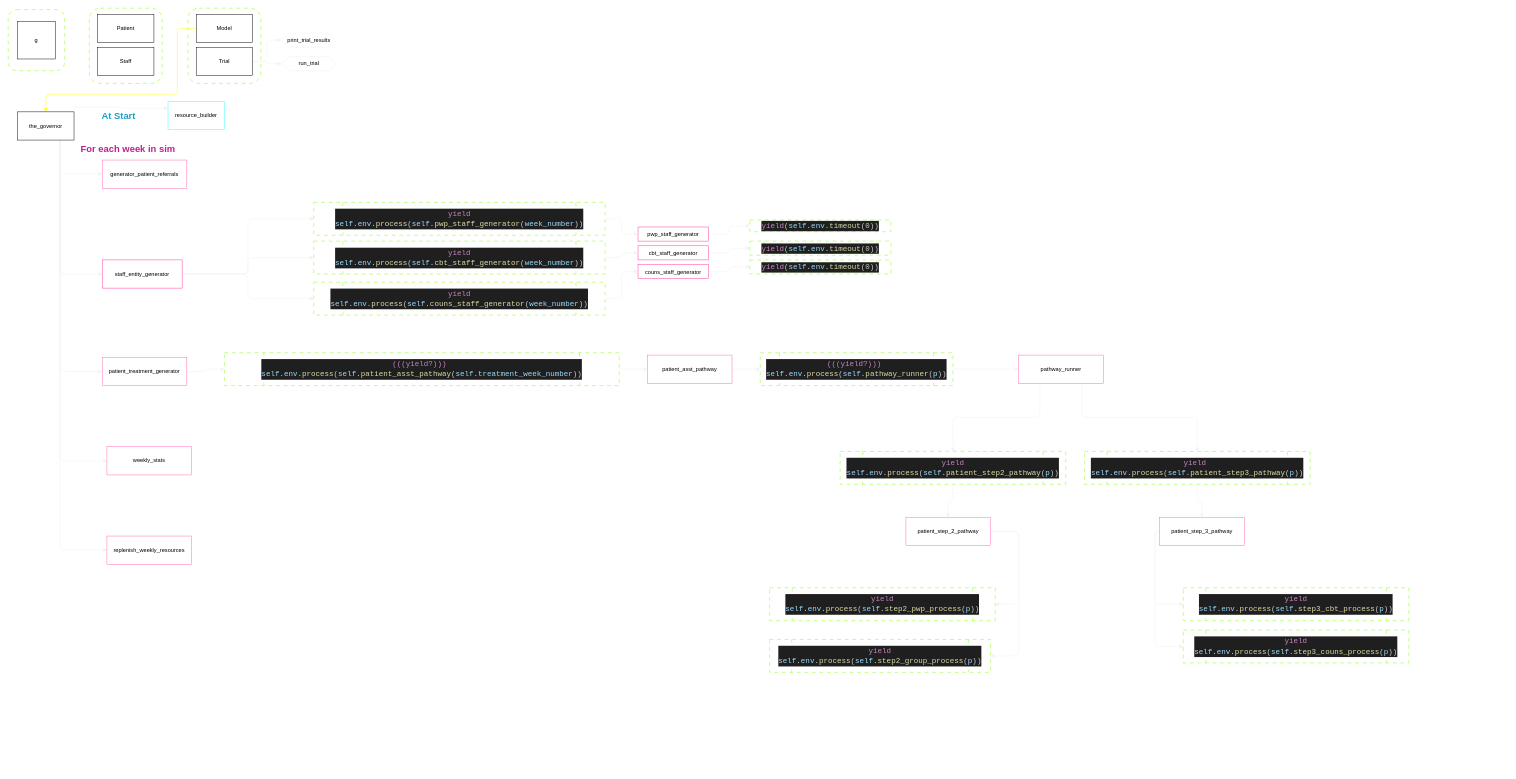
The draw.io diagram diagram.drawio in Bergam0t/hm-hsma-IAPT-Pathway-DES, before the edit. Source tidied: cells renumbered, new cells numbered last; positions are measured from the earlier drawing's top-left corner, leaving out a move shared by most shapes. Both pictures are drawn from the tidied source at 47%, with x=0, y=0 at pixel (8, 8).
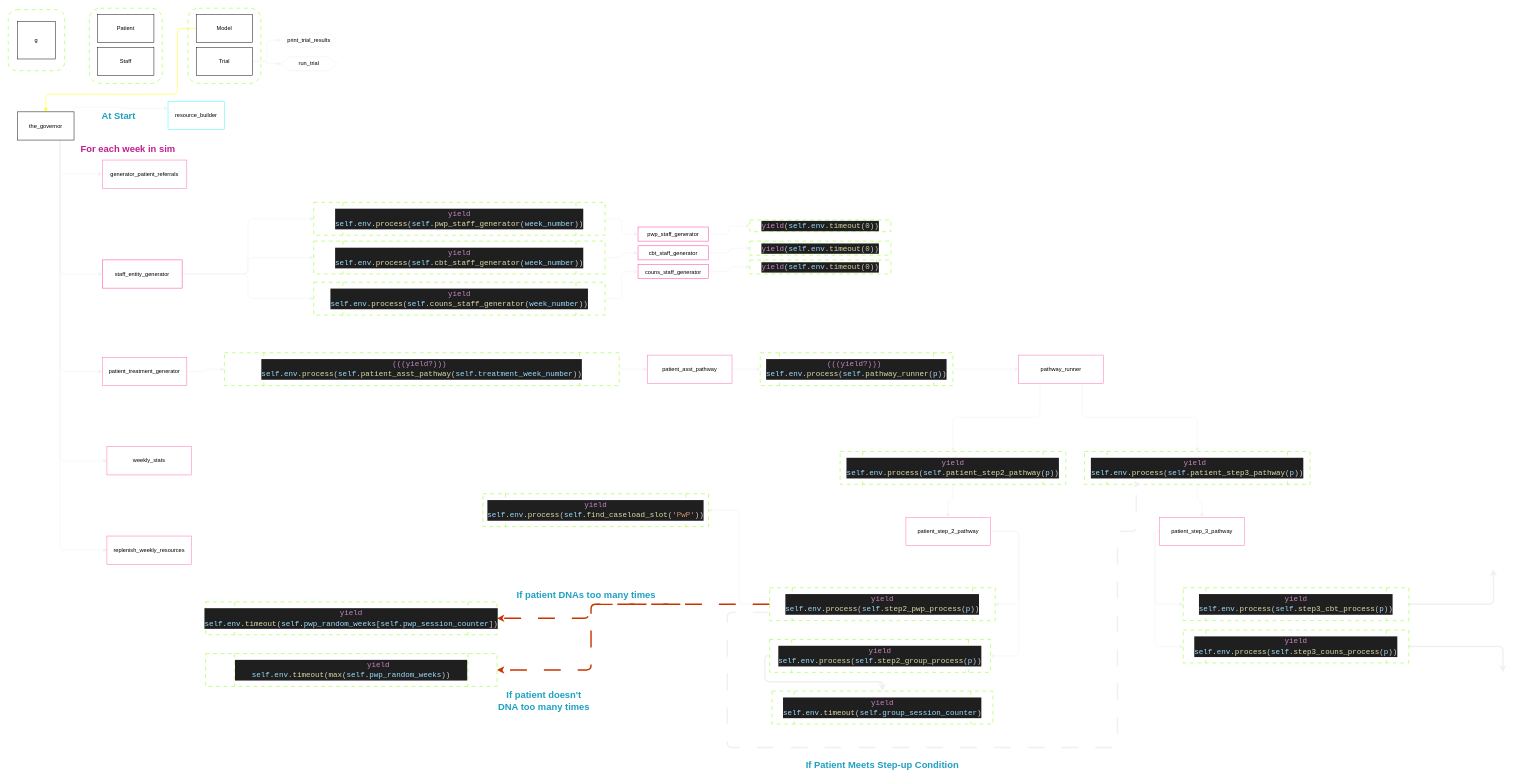
Above is the later version.

Commit message:
Updates to diagram - UNFINISHED

Unchanged cells that the change refers to:
```xml
<mxCell id="61" value="&lt;div style=&quot;background-color: rgb(31, 31, 31); font-family: Consolas, &amp;quot;Courier New&amp;quot;, monospace; font-size: 16px; line-height: 22px;&quot;&gt;&lt;div style=&quot;color: rgb(204, 204, 204); line-height: 22px;&quot;&gt;&lt;span style=&quot;color: #c586c0;&quot;&gt;yield&lt;/span&gt;&amp;nbsp;&lt;/div&gt;&lt;div style=&quot;color: rgb(204, 204, 204); line-height: 22px;&quot;&gt;&lt;span style=&quot;color: rgb(156, 220, 254);&quot;&gt;self&lt;/span&gt;&lt;span style=&quot;&quot;&gt;.&lt;/span&gt;&lt;span style=&quot;color: rgb(156, 220, 254);&quot;&gt;env&lt;/span&gt;&lt;span style=&quot;&quot;&gt;.&lt;/span&gt;&lt;span style=&quot;color: rgb(220, 220, 170);&quot;&gt;process&lt;/span&gt;&lt;span style=&quot;&quot;&gt;(&lt;/span&gt;&lt;span style=&quot;color: rgb(156, 220, 254);&quot;&gt;self&lt;/span&gt;&lt;span style=&quot;&quot;&gt;.&lt;/span&gt;&lt;span style=&quot;color: rgb(220, 220, 170);&quot;&gt;patient_step3_pathway&lt;/span&gt;&lt;span style=&quot;&quot;&gt;(&lt;/span&gt;&lt;span style=&quot;color: rgb(156, 220, 254);&quot;&gt;p&lt;/span&gt;&lt;span style=&quot;&quot;&gt;))&lt;/span&gt;&lt;/div&gt;&lt;/div&gt;" style="shape=process;whiteSpace=wrap;html=1;backgroundOutline=1;dashed=1;dashPattern=8 8;strokeColor=#80FF00;fontSize=20;fontColor=#c21e8e;" parent="1" vertex="1">
  <mxGeometry x="2290" y="943" width="480" height="70" as="geometry" />
</mxCell>
<mxCell id="68" value="&lt;div style=&quot;background-color: rgb(31, 31, 31); font-family: Consolas, &amp;quot;Courier New&amp;quot;, monospace; font-size: 16px; line-height: 22px;&quot;&gt;&lt;div style=&quot;color: rgb(204, 204, 204); line-height: 22px;&quot;&gt;&lt;div style=&quot;line-height: 22px;&quot;&gt;&lt;span style=&quot;color: #c586c0;&quot;&gt;yield&lt;/span&gt; &lt;span style=&quot;color: #9cdcfe;&quot;&gt;self&lt;/span&gt;.&lt;span style=&quot;color: #9cdcfe;&quot;&gt;env&lt;/span&gt;.&lt;span style=&quot;color: #dcdcaa;&quot;&gt;process&lt;/span&gt;(&lt;span style=&quot;color: #9cdcfe;&quot;&gt;self&lt;/span&gt;.&lt;span style=&quot;color: #dcdcaa;&quot;&gt;step2_pwp_process&lt;/span&gt;(&lt;span style=&quot;color: #9cdcfe;&quot;&gt;p&lt;/span&gt;))&lt;/div&gt;&lt;/div&gt;&lt;/div&gt;" style="shape=process;whiteSpace=wrap;html=1;backgroundOutline=1;dashed=1;dashPattern=8 8;strokeColor=#80FF00;fontSize=20;fontColor=#c21e8e;" parent="1" vertex="1">
  <mxGeometry x="1620" y="1233" width="480" height="70" as="geometry" />
</mxCell>
<mxCell id="69" value="&lt;div style=&quot;background-color: rgb(31, 31, 31); font-family: Consolas, &amp;quot;Courier New&amp;quot;, monospace; font-size: 16px; line-height: 22px;&quot;&gt;&lt;div style=&quot;color: rgb(204, 204, 204); line-height: 22px;&quot;&gt;&lt;div style=&quot;line-height: 22px;&quot;&gt;&lt;div style=&quot;line-height: 22px;&quot;&gt;&lt;span style=&quot;color: #c586c0;&quot;&gt;yield&lt;/span&gt; &lt;span style=&quot;color: #9cdcfe;&quot;&gt;self&lt;/span&gt;.&lt;span style=&quot;color: #9cdcfe;&quot;&gt;env&lt;/span&gt;.&lt;span style=&quot;color: #dcdcaa;&quot;&gt;process&lt;/span&gt;(&lt;span style=&quot;color: #9cdcfe;&quot;&gt;self&lt;/span&gt;.&lt;span style=&quot;color: #dcdcaa;&quot;&gt;step2_group_process&lt;/span&gt;(&lt;span style=&quot;color: #9cdcfe;&quot;&gt;p&lt;/span&gt;))&lt;/div&gt;&lt;/div&gt;&lt;/div&gt;&lt;/div&gt;" style="shape=process;whiteSpace=wrap;html=1;backgroundOutline=1;dashed=1;dashPattern=8 8;strokeColor=#80FF00;fontSize=20;fontColor=#c21e8e;" parent="1" vertex="1">
  <mxGeometry x="1620" y="1343" width="470" height="70" as="geometry" />
</mxCell>
<mxCell id="70" value="&lt;div style=&quot;background-color: rgb(31, 31, 31); font-family: Consolas, &amp;quot;Courier New&amp;quot;, monospace; font-size: 16px; line-height: 22px;&quot;&gt;&lt;div style=&quot;color: rgb(204, 204, 204); line-height: 22px;&quot;&gt;&lt;div style=&quot;line-height: 22px;&quot;&gt;&lt;div style=&quot;line-height: 22px;&quot;&gt;&lt;span style=&quot;color: #c586c0;&quot;&gt;yield&lt;/span&gt; &lt;span style=&quot;color: #9cdcfe;&quot;&gt;self&lt;/span&gt;.&lt;span style=&quot;color: #9cdcfe;&quot;&gt;env&lt;/span&gt;.&lt;span style=&quot;color: #dcdcaa;&quot;&gt;process&lt;/span&gt;(&lt;span style=&quot;color: #9cdcfe;&quot;&gt;self&lt;/span&gt;.&lt;span style=&quot;color: #dcdcaa;&quot;&gt;step3_cbt_process&lt;/span&gt;(&lt;span style=&quot;color: #9cdcfe;&quot;&gt;p&lt;/span&gt;))&lt;/div&gt;&lt;/div&gt;&lt;/div&gt;&lt;/div&gt;" style="shape=process;whiteSpace=wrap;html=1;backgroundOutline=1;dashed=1;dashPattern=8 8;strokeColor=#80FF00;fontSize=20;fontColor=#c21e8e;" parent="1" vertex="1">
  <mxGeometry x="2500" y="1233" width="480" height="70" as="geometry" />
</mxCell>
<mxCell id="71" value="&lt;div style=&quot;background-color: rgb(31, 31, 31); font-family: Consolas, &amp;quot;Courier New&amp;quot;, monospace; font-size: 16px; line-height: 22px;&quot;&gt;&lt;div style=&quot;color: rgb(204, 204, 204); line-height: 22px;&quot;&gt;&lt;div style=&quot;line-height: 22px;&quot;&gt;&lt;div style=&quot;line-height: 22px;&quot;&gt;&lt;div style=&quot;line-height: 22px;&quot;&gt;&lt;span style=&quot;color: #c586c0;&quot;&gt;yield&lt;/span&gt; &lt;span style=&quot;color: #9cdcfe;&quot;&gt;self&lt;/span&gt;.&lt;span style=&quot;color: #9cdcfe;&quot;&gt;env&lt;/span&gt;.&lt;span style=&quot;color: #dcdcaa;&quot;&gt;process&lt;/span&gt;(&lt;span style=&quot;color: #9cdcfe;&quot;&gt;self&lt;/span&gt;.&lt;span style=&quot;color: #dcdcaa;&quot;&gt;step3_couns_process&lt;/span&gt;(&lt;span style=&quot;color: #9cdcfe;&quot;&gt;p&lt;/span&gt;))&lt;/div&gt;&lt;/div&gt;&lt;/div&gt;&lt;/div&gt;&lt;/div&gt;" style="shape=process;whiteSpace=wrap;html=1;backgroundOutline=1;dashed=1;dashPattern=8 8;strokeColor=#80FF00;fontSize=20;fontColor=#c21e8e;" parent="1" vertex="1">
  <mxGeometry x="2500" y="1323" width="480" height="70" as="geometry" />
</mxCell>
```

The edit, as a diff of the source:
```diff
@@
+    <mxCell id="72" style="edgeStyle=orthogonalEdgeStyle;html=1;exitX=0;exitY=0.5;exitDx=0;exitDy=0;entryX=1;entryY=0.5;entryDx=0;entryDy=0;strokeColor=#F0F0F0;fontSize=20;fontColor=#1EA1C2;" parent="1" edge="1" source="68" target="79">
+      <mxGeometry relative="1" as="geometry" />
+    </mxCell>
+    <mxCell id="73" style="edgeStyle=orthogonalEdgeStyle;html=1;exitX=0;exitY=0.75;exitDx=0;exitDy=0;entryX=0.25;entryY=1;entryDx=0;entryDy=0;strokeColor=#F0F0F0;fontSize=20;fontColor=#1EA1C2;dashed=1;dashPattern=12 12;strokeWidth=3;" parent="1" edge="1" source="68" target="61">
+      <mxGeometry relative="1" as="geometry">
+        <Array as="points">
+          <mxPoint x="1530" y="1286" />
+          <mxPoint x="1530" y="1573" />
+          <mxPoint x="2360" y="1573" />
+          <mxPoint x="2360" y="1113" />
+          <mxPoint x="2400" y="1113" />
+          <mxPoint x="2400" y="1013" />
+        </Array>
+      </mxGeometry>
+    </mxCell>
+    <mxCell id="74" style="edgeStyle=orthogonalEdgeStyle;html=1;exitX=0;exitY=0.5;exitDx=0;exitDy=0;entryX=1;entryY=0.5;entryDx=0;entryDy=0;dashed=1;dashPattern=12 12;strokeColor=#C73500;strokeWidth=3;fontSize=20;fontColor=#1EA1C2;fillColor=#fa6800;" parent="1" edge="1" target="81">
+      <mxGeometry relative="1" as="geometry">
+        <mxPoint x="1430" y="1268" as="sourcePoint" />
+      </mxGeometry>
+    </mxCell>
+    <mxCell id="75" style="edgeStyle=orthogonalEdgeStyle;html=1;entryX=1;entryY=0.5;entryDx=0;entryDy=0;dashed=1;dashPattern=12 12;strokeColor=#C73500;strokeWidth=3;fontSize=20;fontColor=#1EA1C2;fillColor=#fa6800;" parent="1" edge="1" target="82">
+      <mxGeometry relative="1" as="geometry">
+        <mxPoint x="1620" y="1268" as="sourcePoint" />
+        <Array as="points">
+          <mxPoint x="1240" y="1268" />
+          <mxPoint x="1240" y="1408" />
+        </Array>
+      </mxGeometry>
+    </mxCell>
@@
+    <mxCell id="76" style="edgeStyle=orthogonalEdgeStyle;html=1;exitX=0;exitY=0.5;exitDx=0;exitDy=0;entryX=0.5;entryY=0;entryDx=0;entryDy=0;strokeColor=#F0F0F0;strokeWidth=3;fontSize=20;fontColor=#1EA1C2;" parent="1" edge="1" source="69" target="85">
+      <mxGeometry relative="1" as="geometry" />
+    </mxCell>
@@
+    <mxCell id="77" style="edgeStyle=orthogonalEdgeStyle;html=1;exitX=1;exitY=0.5;exitDx=0;exitDy=0;strokeColor=#F0F0F0;strokeWidth=3;fontSize=20;fontColor=#1EA1C2;" parent="1" edge="1" source="70">
+      <mxGeometry relative="1" as="geometry">
+        <mxPoint x="3160" y="1193" as="targetPoint" />
+      </mxGeometry>
+    </mxCell>
@@
+    <mxCell id="78" style="edgeStyle=orthogonalEdgeStyle;html=1;exitX=1;exitY=0.5;exitDx=0;exitDy=0;strokeColor=#F0F0F0;strokeWidth=3;fontSize=20;fontColor=#1EA1C2;" parent="1" edge="1" source="71">
+      <mxGeometry relative="1" as="geometry">
+        <mxPoint x="3180" y="1413" as="targetPoint" />
+      </mxGeometry>
+    </mxCell>
@@
+    <mxCell id="79" value="&lt;div style=&quot;background-color: rgb(31, 31, 31); font-family: Consolas, &amp;quot;Courier New&amp;quot;, monospace; font-size: 16px; line-height: 22px;&quot;&gt;&lt;div style=&quot;color: rgb(204, 204, 204); line-height: 22px;&quot;&gt;&lt;div style=&quot;line-height: 22px;&quot;&gt;&lt;div style=&quot;line-height: 22px;&quot;&gt;&lt;span style=&quot;color: #c586c0;&quot;&gt;yield&lt;/span&gt; &lt;span style=&quot;color: #9cdcfe;&quot;&gt;self&lt;/span&gt;.&lt;span style=&quot;color: #9cdcfe;&quot;&gt;env&lt;/span&gt;.&lt;span style=&quot;color: #dcdcaa;&quot;&gt;process&lt;/span&gt;(&lt;span style=&quot;color: #9cdcfe;&quot;&gt;self&lt;/span&gt;.&lt;span style=&quot;color: #dcdcaa;&quot;&gt;find_caseload_slot&lt;/span&gt;(&lt;span style=&quot;color: #ce9178;&quot;&gt;'PwP'&lt;/span&gt;))&lt;/div&gt;&lt;/div&gt;&lt;/div&gt;&lt;/div&gt;" style="shape=process;whiteSpace=wrap;html=1;backgroundOutline=1;dashed=1;dashPattern=8 8;strokeColor=#80FF00;fontSize=20;fontColor=#c21e8e;" parent="1" vertex="1">
+      <mxGeometry x="1010" y="1033" width="480" height="70" as="geometry" />
+    </mxCell>
+    <mxCell id="80" value="If Patient Meets Step-up Condition" style="text;html=1;strokeColor=none;fillColor=none;align=center;verticalAlign=middle;whiteSpace=wrap;rounded=0;fontStyle=1;fontSize=20;fontColor=#1EA1C2;" parent="1" vertex="1">
+      <mxGeometry x="1690" y="1593" width="340" height="30" as="geometry" />
+    </mxCell>
+    <mxCell id="81" value="&lt;div style=&quot;background-color: rgb(31, 31, 31); font-family: Consolas, &amp;quot;Courier New&amp;quot;, monospace; font-size: 16px; line-height: 22px;&quot;&gt;&lt;div style=&quot;color: rgb(204, 204, 204); line-height: 22px;&quot;&gt;&lt;div style=&quot;line-height: 22px;&quot;&gt;&lt;div style=&quot;line-height: 22px;&quot;&gt;&lt;div style=&quot;line-height: 22px;&quot;&gt;&lt;span style=&quot;color: #c586c0;&quot;&gt;yield&lt;/span&gt; &lt;span style=&quot;color: #9cdcfe;&quot;&gt;self&lt;/span&gt;.&lt;span style=&quot;color: #9cdcfe;&quot;&gt;env&lt;/span&gt;.&lt;span style=&quot;color: #dcdcaa;&quot;&gt;timeout&lt;/span&gt;(&lt;span style=&quot;color: #9cdcfe;&quot;&gt;self&lt;/span&gt;.&lt;span style=&quot;color: #9cdcfe;&quot;&gt;pwp_random_weeks&lt;/span&gt;[&lt;span style=&quot;color: #9cdcfe;&quot;&gt;self&lt;/span&gt;.&lt;span style=&quot;color: #9cdcfe;&quot;&gt;pwp_session_counter&lt;/span&gt;])&lt;/div&gt;&lt;/div&gt;&lt;/div&gt;&lt;/div&gt;&lt;/div&gt;" style="shape=process;whiteSpace=wrap;html=1;backgroundOutline=1;dashed=1;dashPattern=8 8;strokeColor=#80FF00;fontSize=20;fontColor=#c21e8e;" parent="1" vertex="1">
+      <mxGeometry x="420" y="1263" width="620" height="70" as="geometry" />
+    </mxCell>
+    <mxCell id="82" value="&lt;div style=&quot;background-color: rgb(31, 31, 31); font-family: Consolas, &amp;quot;Courier New&amp;quot;, monospace; font-size: 16px; line-height: 22px;&quot;&gt;&lt;div style=&quot;color: rgb(204, 204, 204); line-height: 22px;&quot;&gt;&lt;div style=&quot;line-height: 22px;&quot;&gt;&lt;div style=&quot;line-height: 22px;&quot;&gt;&lt;div style=&quot;line-height: 22px;&quot;&gt;&lt;div style=&quot;line-height: 22px;&quot;&gt;&lt;div&gt;&amp;nbsp; &amp;nbsp; &amp;nbsp; &amp;nbsp; &amp;nbsp; &amp;nbsp; &lt;span style=&quot;color: #c586c0;&quot;&gt;yield&lt;/span&gt; &lt;span style=&quot;color: #9cdcfe;&quot;&gt;self&lt;/span&gt;.&lt;span style=&quot;color: #9cdcfe;&quot;&gt;env&lt;/span&gt;.&lt;span style=&quot;color: #dcdcaa;&quot;&gt;timeout&lt;/span&gt;(&lt;span style=&quot;color: #dcdcaa;&quot;&gt;max&lt;/span&gt;(&lt;span style=&quot;color: #9cdcfe;&quot;&gt;self&lt;/span&gt;.&lt;span style=&quot;color: #9cdcfe;&quot;&gt;pwp_random_weeks&lt;/span&gt;))&lt;/div&gt;&lt;div&gt;&lt;/div&gt;&lt;/div&gt;&lt;/div&gt;&lt;/div&gt;&lt;/div&gt;&lt;/div&gt;&lt;/div&gt;" style="shape=process;whiteSpace=wrap;html=1;backgroundOutline=1;dashed=1;dashPattern=8 8;strokeColor=#80FF00;fontSize=20;fontColor=#c21e8e;" parent="1" vertex="1">
+      <mxGeometry x="420" y="1373" width="620" height="70" as="geometry" />
+    </mxCell>
+    <mxCell id="83" value="If patient DNAs too many times" style="text;html=1;strokeColor=none;fillColor=none;align=center;verticalAlign=middle;whiteSpace=wrap;rounded=0;fontStyle=1;fontSize=20;fontColor=#1EA1C2;" parent="1" vertex="1">
+      <mxGeometry x="1060" y="1233" width="340" height="30" as="geometry" />
+    </mxCell>
+    <mxCell id="84" value="If patient doesn't DNA too many times" style="text;html=1;strokeColor=none;fillColor=none;align=center;verticalAlign=middle;whiteSpace=wrap;rounded=0;fontStyle=1;fontSize=20;fontColor=#1EA1C2;" parent="1" vertex="1">
+      <mxGeometry x="1040" y="1423" width="200" height="100" as="geometry" />
+    </mxCell>
+    <mxCell id="85" value="&lt;div style=&quot;background-color: rgb(31, 31, 31); font-family: Consolas, &amp;quot;Courier New&amp;quot;, monospace; font-size: 16px; line-height: 22px;&quot;&gt;&lt;div style=&quot;color: rgb(204, 204, 204); line-height: 22px;&quot;&gt;&lt;div style=&quot;line-height: 22px;&quot;&gt;&lt;div style=&quot;line-height: 22px;&quot;&gt;&lt;div style=&quot;line-height: 22px;&quot;&gt;&lt;span style=&quot;color: #c586c0;&quot;&gt;yield&lt;/span&gt; &lt;span style=&quot;color: #9cdcfe;&quot;&gt;self&lt;/span&gt;.&lt;span style=&quot;color: #9cdcfe;&quot;&gt;env&lt;/span&gt;.&lt;span style=&quot;color: #dcdcaa;&quot;&gt;timeout&lt;/span&gt;(&lt;span style=&quot;color: #9cdcfe;&quot;&gt;self&lt;/span&gt;.&lt;span style=&quot;color: #9cdcfe;&quot;&gt;group_session_counter&lt;/span&gt;)&lt;/div&gt;&lt;/div&gt;&lt;/div&gt;&lt;/div&gt;&lt;/div&gt;" style="shape=process;whiteSpace=wrap;html=1;backgroundOutline=1;dashed=1;dashPattern=8 8;strokeColor=#80FF00;fontSize=20;fontColor=#c21e8e;" parent="1" vertex="1">
+      <mxGeometry x="1625" y="1453" width="470" height="70" as="geometry" />
+    </mxCell>
```
